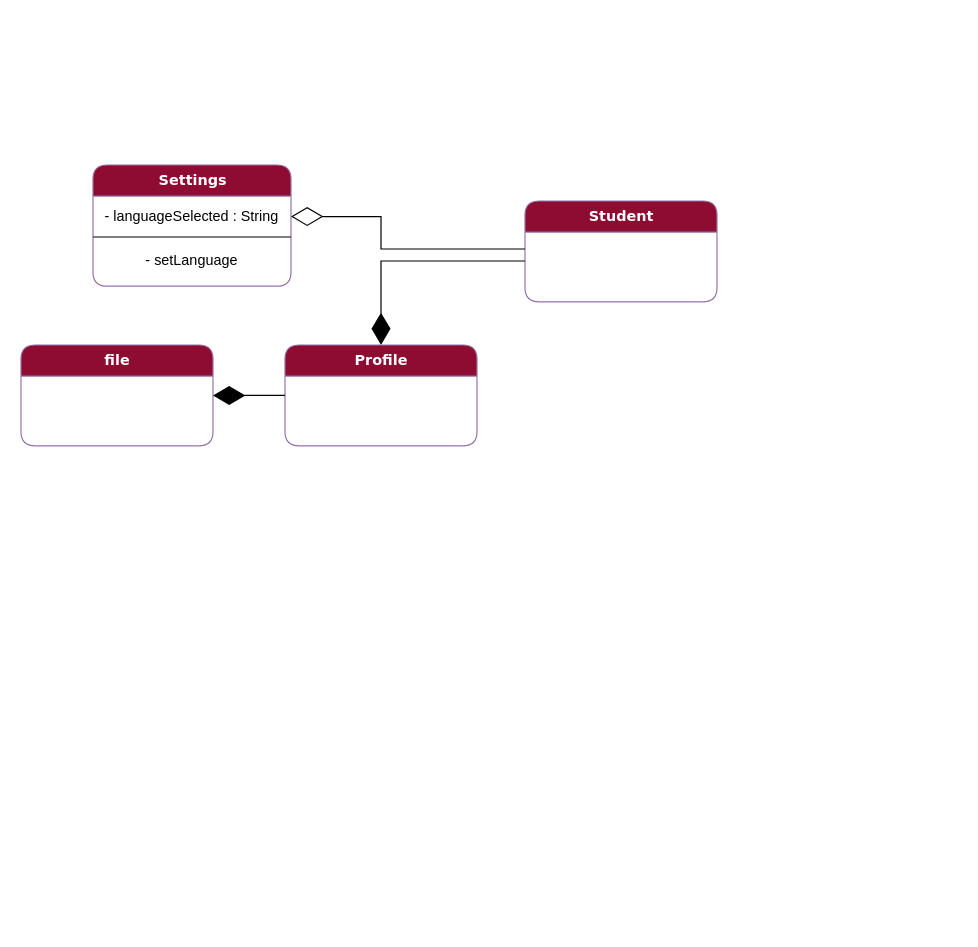
Before: docs/Contributions/Vaggelis/Phase 4/Domain-model-v0.3.drawio in Ibournakas/PaPapp, a draw.io diagram. Source tidied: cells renumbered, new cells numbered last; positions are measured from the earlier drawing's top-left corner, leaving out a move shared by most shapes. Both pictures are drawn from the tidied source at 120%, with x=0, y=0 at pixel (20, 164).
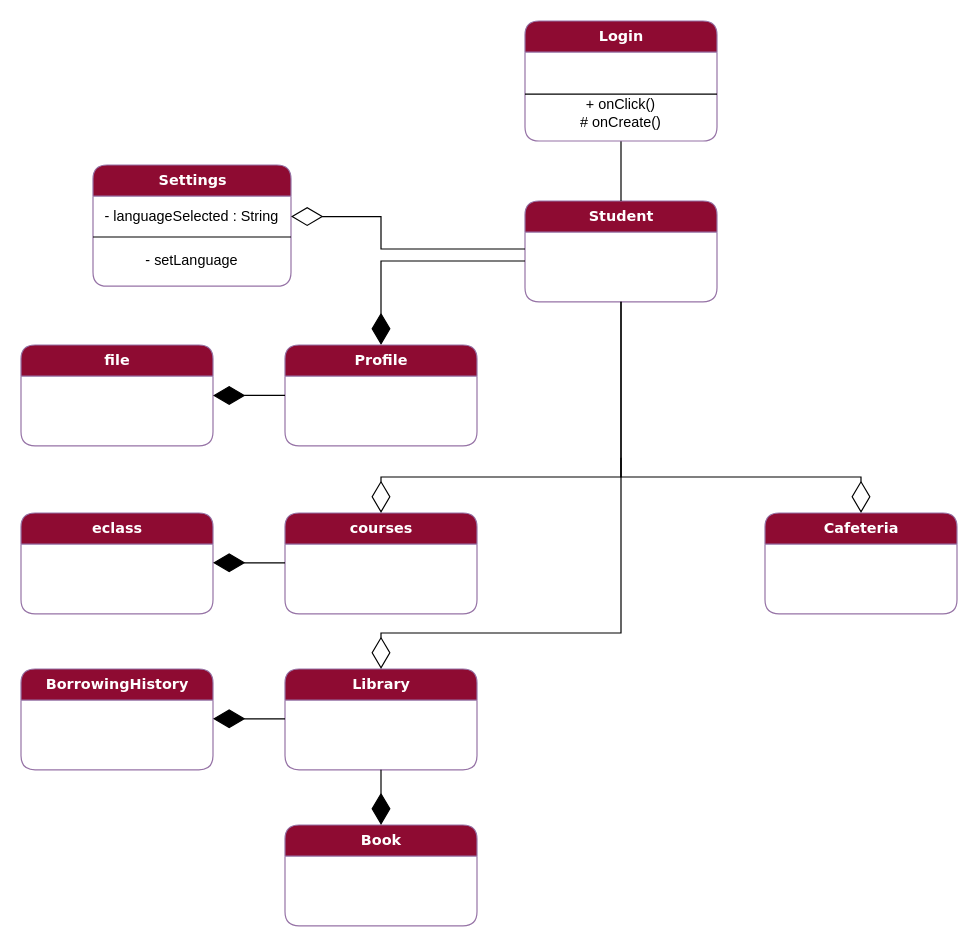
The same page after the edit.

Unchanged cells that the change refers to:
```xml
<mxCell id="2" value="&lt;font color=&quot;#ffffff&quot;&gt;&lt;b&gt;Student&lt;/b&gt;&lt;/font&gt;" style="swimlane;html=1;fontStyle=0;horizontal=1;startSize=26;fillColor=#8e0b32;swimlaneFillColor=#ffffff;align=center;rounded=1;shadow=0;comic=0;labelBackgroundColor=none;strokeWidth=1;fontFamily=Verdana;fontSize=12;strokeColor=#9673a6;" parent="1" vertex="1">
  <mxGeometry x="420" y="30" width="160" height="84" as="geometry" />
</mxCell>
```

Diff of the diagram source:
```diff
@@
+    <mxCell id="12" style="edgeStyle=orthogonalEdgeStyle;rounded=0;jettySize=auto;html=1;exitX=0.5;exitY=1;exitDx=0;exitDy=0;entryX=0.5;entryY=0;entryDx=0;entryDy=0;endArrow=none;endFill=0;" parent="1" edge="1" source="13" target="2">
+      <mxGeometry relative="1" as="geometry" />
+    </mxCell>
+    <mxCell id="13" value="&lt;font color=&quot;#ffffff&quot;&gt;&lt;b&gt;Login&lt;/b&gt;&lt;/font&gt;" style="swimlane;html=1;fontStyle=0;horizontal=1;startSize=26;fillColor=#8e0b32;swimlaneFillColor=#ffffff;align=center;rounded=1;shadow=0;comic=0;labelBackgroundColor=none;strokeWidth=1;fontFamily=Verdana;fontSize=12;strokeColor=#9673a6;" parent="1" vertex="1">
+      <mxGeometry x="420" y="-120" width="160" height="100" as="geometry" />
+    </mxCell>
+    <mxCell id="14" style="shape=table;startSize=0;childLayout=tableLayout;rowLines=0;fontStyle=0;align=center;strokeColor=none;fillColor=none;whiteSpace=wrap;html=1;" parent="13" vertex="1">
+      <mxGeometry y="26" width="160" height="30" as="geometry" />
+    </mxCell>
+    <mxCell id="15" style="shape=tableRow;horizontal=0;startSize=0;swimlaneHead=0;swimlaneBody=0;fillColor=none;top=0;left=0;right=0;bottom=0;" parent="14" vertex="1">
+      <mxGeometry width="160" height="30" as="geometry" />
+    </mxCell>
+    <mxCell id="16" style="shape=partialRectangle;fillColor=none;top=0;left=0;bottom=0;right=0;overflow=hidden;" parent="15" vertex="1">
+      <mxGeometry width="30" height="30" as="geometry" />
+    </mxCell>
+    <mxCell id="17" style="shape=partialRectangle;fillColor=none;top=0;left=0;bottom=0;right=0;align=left;spacingLeft=6;overflow=hidden;" parent="15" vertex="1">
+      <mxGeometry x="30" width="130" height="30" as="geometry" />
+    </mxCell>
+    <mxCell id="18" style="line;strokeWidth=1;dashed=0;labelPosition=right;align=left;verticalAlign=middle;spacingTop=0;spacingLeft=6;" parent="13" vertex="1">
+      <mxGeometry y="56" width="160" height="10" as="geometry" />
+    </mxCell>
+    <mxCell id="19" value="+ onClick()&lt;br style=&quot;border-color: var(--border-color);&quot;&gt;# onCreate()" style="text;html=1;strokeColor=none;fillColor=none;align=center;verticalAlign=middle;whiteSpace=wrap;rounded=0;" parent="13" vertex="1">
+      <mxGeometry y="66" width="160" height="21" as="geometry" />
+    </mxCell>
+    <mxCell id="20" value="&lt;font color=&quot;#ffffff&quot;&gt;&lt;b&gt;courses&lt;/b&gt;&lt;/font&gt;" style="swimlane;html=1;fontStyle=0;horizontal=1;startSize=26;fillColor=#8e0b32;swimlaneFillColor=#ffffff;align=center;rounded=1;shadow=0;comic=0;labelBackgroundColor=none;strokeWidth=1;fontFamily=Verdana;fontSize=12;strokeColor=#9673a6;" parent="1" vertex="1">
+      <mxGeometry x="220" y="290" width="160" height="84" as="geometry" />
+    </mxCell>
+    <mxCell id="21" style="endArrow=diamondThin;endFill=0;endSize=24;html=1;rounded=0;entryX=0.5;entryY=0;entryDx=0;entryDy=0;exitX=0.5;exitY=1;exitDx=0;exitDy=0;" parent="1" edge="1" source="2" target="20">
+      <mxGeometry relative="1" as="geometry">
+        <Array as="points">
+          <mxPoint x="500" y="260" />
+          <mxPoint x="300" y="260" />
+        </Array>
+      </mxGeometry>
+    </mxCell>
+    <mxCell id="22" value="&lt;font color=&quot;#ffffff&quot;&gt;&lt;b&gt;eclass&lt;/b&gt;&lt;/font&gt;" style="swimlane;html=1;fontStyle=0;horizontal=1;startSize=26;fillColor=#8e0b32;swimlaneFillColor=#ffffff;align=center;rounded=1;shadow=0;comic=0;labelBackgroundColor=none;strokeWidth=1;fontFamily=Verdana;fontSize=12;strokeColor=#9673a6;" parent="1" vertex="1">
+      <mxGeometry y="290" width="160" height="84" as="geometry" />
+    </mxCell>
+    <mxCell id="23" style="endArrow=diamondThin;endFill=1;endSize=24;html=1;rounded=0;entryX=1;entryY=0.5;entryDx=0;entryDy=0;exitX=0;exitY=0.5;exitDx=0;exitDy=0;fontStyle=1;" parent="1" edge="1">
+      <mxGeometry relative="1" as="geometry">
+        <mxPoint x="220" y="331.5" as="sourcePoint" />
+        <mxPoint x="160" y="331.5" as="targetPoint" />
+      </mxGeometry>
+    </mxCell>
+    <mxCell id="24" value="&lt;font color=&quot;#ffffff&quot;&gt;&lt;b&gt;Library&lt;/b&gt;&lt;/font&gt;" style="swimlane;html=1;fontStyle=0;horizontal=1;startSize=26;fillColor=#8e0b32;swimlaneFillColor=#ffffff;align=center;rounded=1;shadow=0;comic=0;labelBackgroundColor=none;strokeWidth=1;fontFamily=Verdana;fontSize=12;strokeColor=#9673a6;" parent="1" vertex="1">
+      <mxGeometry x="220" y="420" width="160" height="84" as="geometry" />
+    </mxCell>
+    <mxCell id="25" style="endArrow=diamondThin;endFill=0;endSize=24;html=1;rounded=0;entryX=0.5;entryY=0;entryDx=0;entryDy=0;exitX=0.5;exitY=1;exitDx=0;exitDy=0;" parent="1" edge="1">
+      <mxGeometry relative="1" as="geometry">
+        <mxPoint x="500" y="244" as="sourcePoint" />
+        <mxPoint x="300" y="420" as="targetPoint" />
+        <Array as="points">
+          <mxPoint x="500" y="390" />
+          <mxPoint x="300" y="390" />
+        </Array>
+      </mxGeometry>
+    </mxCell>
+    <mxCell id="26" value="&lt;font color=&quot;#ffffff&quot;&gt;&lt;b&gt;BorrowingHistory&lt;/b&gt;&lt;/font&gt;" style="swimlane;html=1;fontStyle=0;horizontal=1;startSize=26;fillColor=#8e0b32;swimlaneFillColor=#ffffff;align=center;rounded=1;shadow=0;comic=0;labelBackgroundColor=none;strokeWidth=1;fontFamily=Verdana;fontSize=12;strokeColor=#9673a6;" parent="1" vertex="1">
+      <mxGeometry y="420" width="160" height="84" as="geometry" />
+    </mxCell>
+    <mxCell id="27" style="endArrow=diamondThin;endFill=1;endSize=24;html=1;rounded=0;entryX=1;entryY=0.5;entryDx=0;entryDy=0;exitX=0;exitY=0.5;exitDx=0;exitDy=0;fontStyle=1;" parent="1" edge="1">
+      <mxGeometry relative="1" as="geometry">
+        <mxPoint x="220" y="461.5" as="sourcePoint" />
+        <mxPoint x="160" y="461.5" as="targetPoint" />
+      </mxGeometry>
+    </mxCell>
+    <mxCell id="28" value="&lt;font color=&quot;#ffffff&quot;&gt;&lt;b&gt;Book&lt;/b&gt;&lt;/font&gt;" style="swimlane;html=1;fontStyle=0;horizontal=1;startSize=26;fillColor=#8e0b32;swimlaneFillColor=#ffffff;align=center;rounded=1;shadow=0;comic=0;labelBackgroundColor=none;strokeWidth=1;fontFamily=Verdana;fontSize=12;strokeColor=#9673a6;" parent="1" vertex="1">
+      <mxGeometry x="220" y="550" width="160" height="84" as="geometry" />
+    </mxCell>
+    <mxCell id="29" style="endArrow=diamondThin;endFill=1;endSize=24;html=1;rounded=0;entryX=0.5;entryY=0;entryDx=0;entryDy=0;exitX=0.5;exitY=1;exitDx=0;exitDy=0;fontStyle=1;" parent="1" edge="1" source="24" target="28">
+      <mxGeometry relative="1" as="geometry" />
+    </mxCell>
+    <mxCell id="30" value="&lt;font color=&quot;#ffffff&quot;&gt;&lt;b&gt;Cafeteria&lt;/b&gt;&lt;/font&gt;" style="swimlane;html=1;fontStyle=0;horizontal=1;startSize=26;fillColor=#8e0b32;swimlaneFillColor=#ffffff;align=center;rounded=1;shadow=0;comic=0;labelBackgroundColor=none;strokeWidth=1;fontFamily=Verdana;fontSize=12;strokeColor=#9673a6;" parent="1" vertex="1">
+      <mxGeometry x="620" y="290" width="160" height="84" as="geometry" />
+    </mxCell>
+    <mxCell id="31" style="endArrow=diamondThin;endFill=0;endSize=24;html=1;rounded=0;entryX=0.5;entryY=0;entryDx=0;entryDy=0;exitX=0.5;exitY=1;exitDx=0;exitDy=0;" parent="1" edge="1" source="2" target="30">
+      <mxGeometry relative="1" as="geometry">
+        <Array as="points">
+          <mxPoint x="500" y="260" />
+          <mxPoint x="540" y="260" />
+          <mxPoint x="700" y="260" />
+        </Array>
+      </mxGeometry>
+    </mxCell>
```
